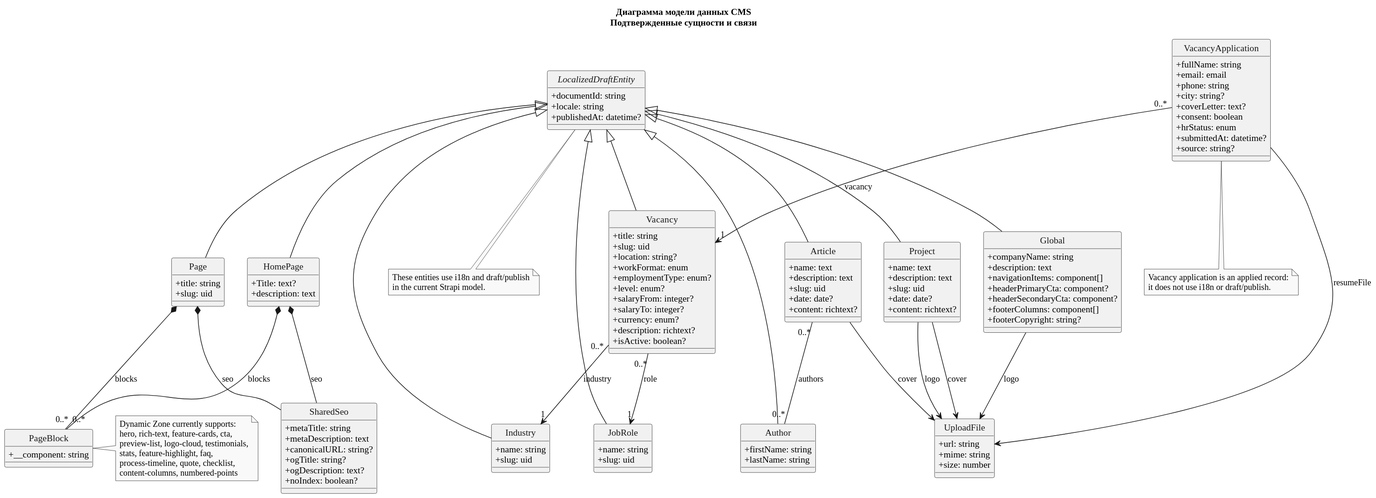
Before: thesis/assets/diagrams/plantuml/svg/cms-data-model.svg, a diagram exported from PlantUML (ArthurNyan/blog-monorepo). Its source is kept beside it as thesis/diagrams/src/plantuml/cms-data-model.puml.
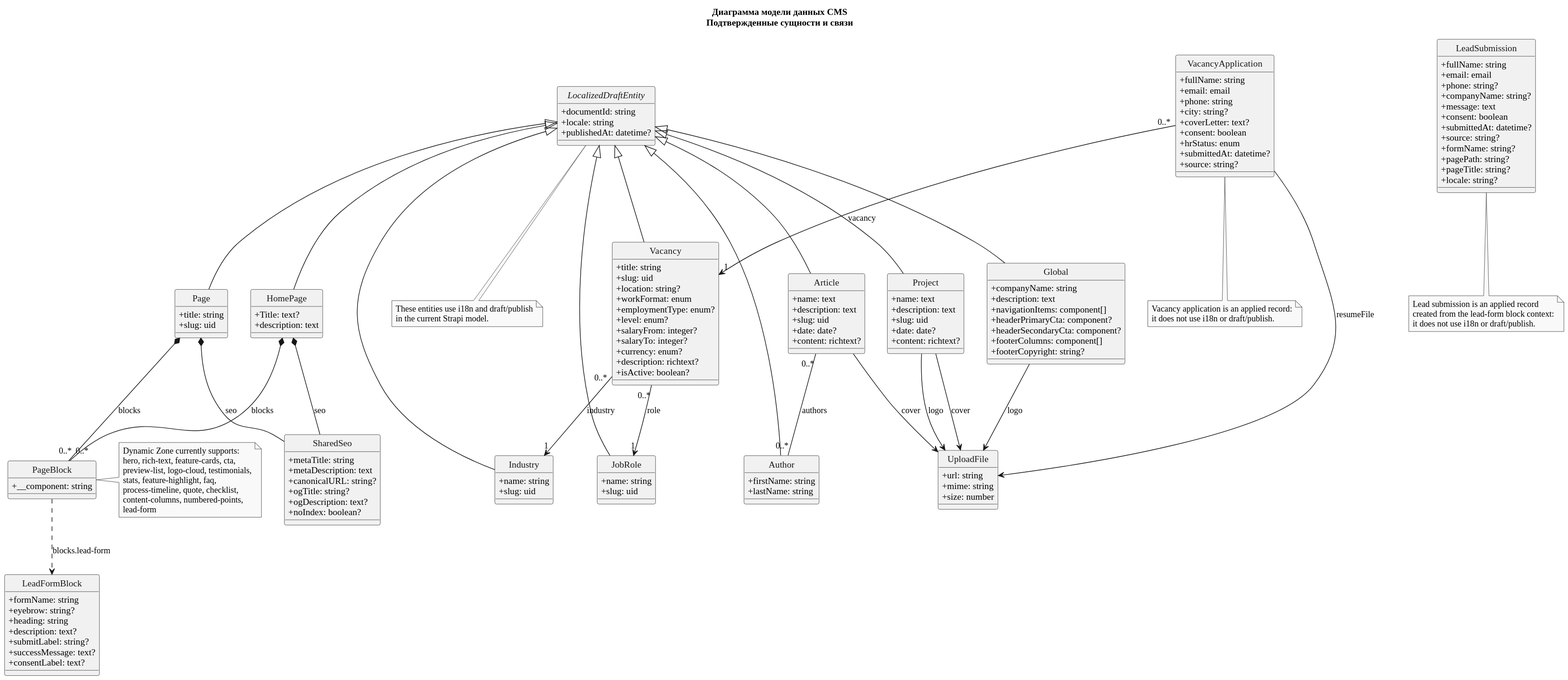
The same file after the commit.

Commit message:
Update thesis diagrams and enhance content structure

Change to the diagram source:
```diff
@@ -91,6 +91,21 @@
   +source: string?
 }
 
+class LeadSubmission {
+  +fullName: string
+  +email: email
+  +phone: string?
+  +companyName: string?
+  +message: text
+  +consent: boolean
+  +submittedAt: datetime?
+  +source: string?
+  +formName: string?
+  +pagePath: string?
+  +pageTitle: string?
+  +locale: string?
+}
+
 class Industry {
   +name: string
   +slug: uid
@@ -105,6 +120,16 @@
   +url: string
   +mime: string
   +size: number
+}
+
+class LeadFormBlock {
+  +formName: string
+  +eyebrow: string?
+  +heading: string
+  +description: text?
+  +submitLabel: string?
+  +successMessage: text?
+  +consentLabel: text?
 }
 
 LocalizedDraftEntity <|-- Page
@@ -132,6 +157,7 @@
 Vacancy "0..*" --> "1" Industry : industry
 Vacancy "0..*" --> "1" JobRole : role
 VacancyApplication "0..*" --> "1" Vacancy : vacancy
+PageBlock ..> LeadFormBlock : blocks.lead-form
 
 note right of PageBlock
 Dynamic Zone currently supports:
@@ -139,7 +165,8 @@
 preview-list, logo-cloud, testimonials,
 stats, feature-highlight, faq,
 process-timeline, quote, checklist,
-content-columns, numbered-points
+content-columns, numbered-points,
+lead-form
 end note
 
 note bottom of LocalizedDraftEntity
@@ -152,4 +179,10 @@
 it does not use i18n or draft/publish.
 end note
 
+note bottom of LeadSubmission
+Lead submission is an applied record
+created from the lead-form block context:
+it does not use i18n or draft/publish.
+end note
+
 @enduml
```
